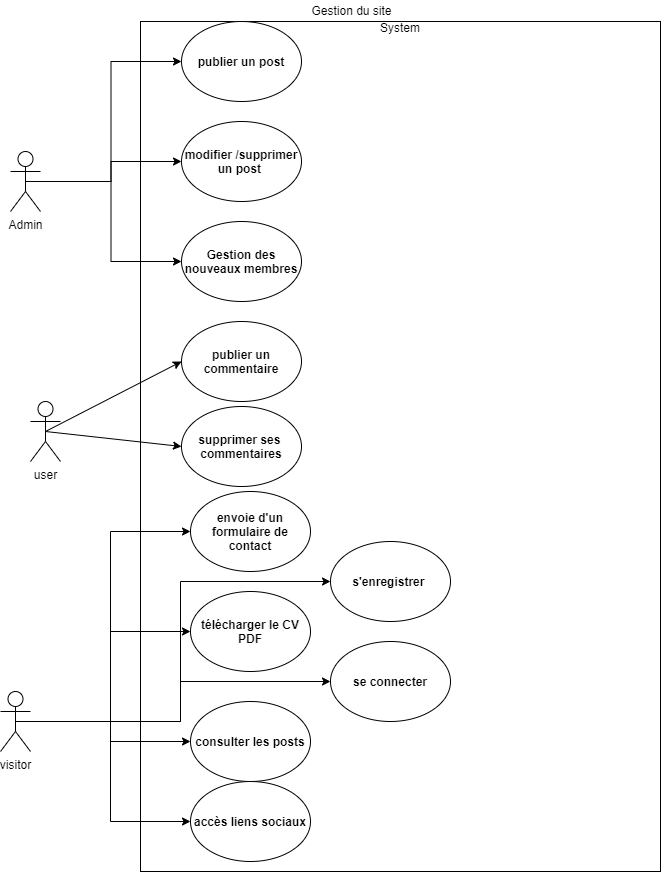
This is UML/03_use_case_cas utilisation gestion du site.png from kenchi-san/blog-pro, a draw.io export, as it was before one commit. Source tidied: cells renumbered, new cells last; positions are measured from the earlier drawing's top-left corner, leaving out a move shared by most shapes.
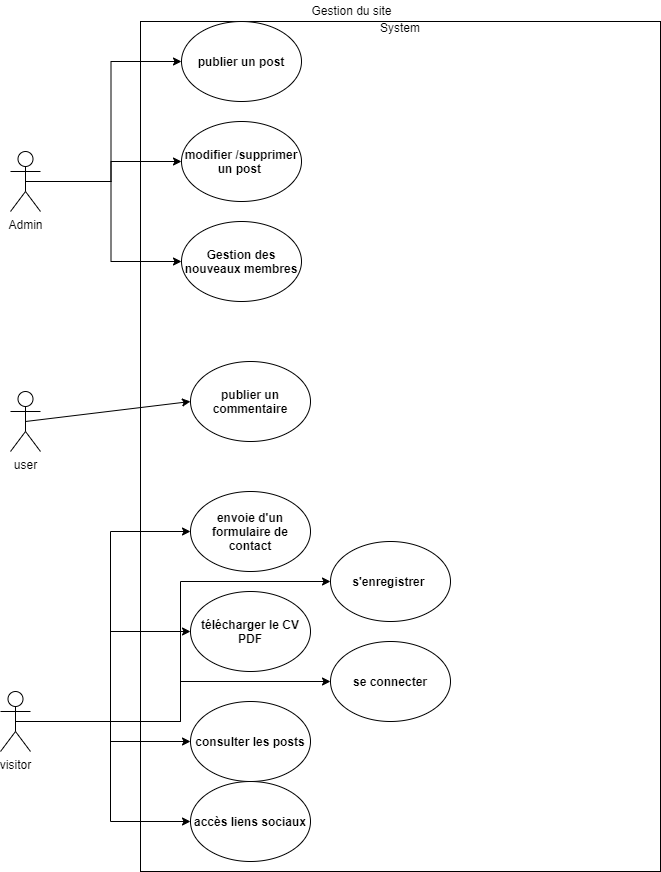
After the commit.

Diff of the diagram source:
```diff
@@ -42,7 +42,7 @@
       <mxGeometry y="691" width="30" height="60" as="geometry" />
     </mxCell>
     <mxCell id="15" value="&lt;span style=&quot;font-weight: 700&quot;&gt;publier un commentaire&lt;/span&gt;" style="ellipse;whiteSpace=wrap;html=1;" parent="1" vertex="1">
-      <mxGeometry x="181" y="321" width="120" height="80" as="geometry" />
+      <mxGeometry x="190" y="361" width="120" height="80" as="geometry" />
     </mxCell>
     <mxCell id="16" value="&lt;span style=&quot;white-space: normal ; font-weight: 700&quot;&gt;télécharger le CV PDF&lt;/span&gt;" style="ellipse;whiteSpace=wrap;html=1;" parent="1" vertex="1">
       <mxGeometry x="190" y="591" width="120" height="80" as="geometry" />
@@ -74,14 +74,8 @@
     <mxCell id="25" style="edgeStyle=none;rounded=0;jettySize=auto;html=1;exitX=0.5;exitY=0.5;exitDx=0;exitDy=0;exitPerimeter=0;entryX=0;entryY=0.5;entryDx=0;entryDy=0;" parent="1" edge="1" source="27" target="15">
       <mxGeometry relative="1" as="geometry" />
     </mxCell>
-    <mxCell id="26" style="rounded=0;jettySize=auto;html=1;exitX=0.5;exitY=0.5;exitDx=0;exitDy=0;exitPerimeter=0;entryX=0;entryY=0.5;entryDx=0;entryDy=0;" parent="1" edge="1" source="27" target="28">
-      <mxGeometry relative="1" as="geometry" />
-    </mxCell>
     <mxCell id="27" value="user" style="shape=umlActor;verticalLabelPosition=bottom;labelBackgroundColor=#ffffff;verticalAlign=top;html=1;outlineConnect=0;" parent="1" vertex="1">
-      <mxGeometry x="30" y="401" width="30" height="60" as="geometry" />
+      <mxGeometry x="10" y="391" width="30" height="60" as="geometry" />
     </mxCell>
-    <mxCell id="28" value="&lt;span style=&quot;white-space: normal ; font-weight: 700&quot;&gt;supprimer ses &lt;br&gt;commentaires&lt;/span&gt;" style="ellipse;whiteSpace=wrap;html=1;" parent="1" vertex="1">
-      <mxGeometry x="181" y="406" width="120" height="80" as="geometry" />
-    </mxCell>
   </root>
 </mxGraphModel>
```
